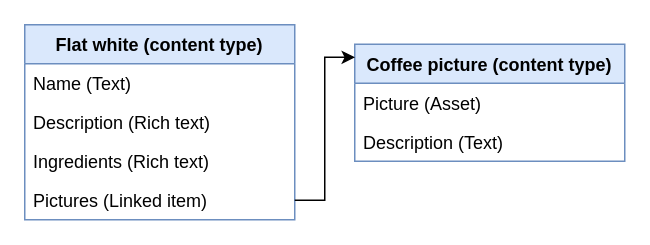
This is content_modeling/coffee_example/coffee_example_01.drawio from Kontent-ai-Learn/kontent-ai-learn-diagrams, a draw.io file, before an edit. Source tidied: cells renumbered, new cells numbered last; positions are measured from the earlier drawing's top-left corner, leaving out a move shared by most shapes. Both pictures are drawn from the tidied source at 150%, with x=0, y=0 at pixel (24, 24).
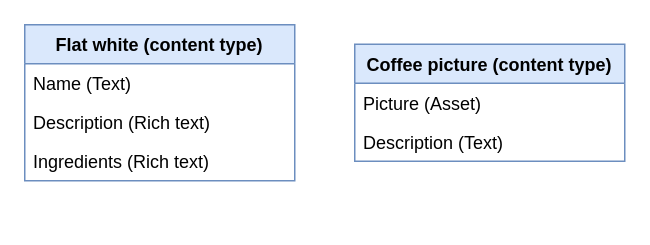
After the change.

Commit message:
Remove linked item from coffee_example_01.drawio

Change to the diagram source:
```diff
@@
 <mxGraphModel>
   <root>
     <mxCell id="0" />
     <mxCell id="1" parent="0" />
     <mxCell id="2" value="Flat white (content type)" style="swimlane;fontStyle=1;horizontal=1;startSize=26;fillColor=#dae8fc;strokeColor=#6c8ebf;" parent="1" vertex="1">
-      <mxGeometry width="180" height="130" as="geometry" />
+      <mxGeometry width="180" height="104" as="geometry" />
     </mxCell>
     <mxCell id="3" value="Name (Text)" style="text;strokeColor=none;fillColor=none;align=left;verticalAlign=top;spacingLeft=4;spacingRight=4;overflow=hidden;" parent="2" vertex="1">
       <mxGeometry y="26" width="180" height="26" as="geometry" />
     </mxCell>
     <mxCell id="4" value="Description (Rich text)" style="text;strokeColor=none;fillColor=none;align=left;verticalAlign=top;spacingLeft=4;spacingRight=4;overflow=hidden;" parent="2" vertex="1">
       <mxGeometry y="52" width="180" height="26" as="geometry" />
     </mxCell>
     <mxCell id="5" value="Ingredients (Rich text)" style="text;strokeColor=none;fillColor=none;align=left;verticalAlign=top;spacingLeft=4;spacingRight=4;overflow=hidden;" parent="2" vertex="1">
       <mxGeometry y="78" width="180" height="26" as="geometry" />
     </mxCell>
-    <mxCell id="6" value="Pictures (Linked item)" style="text;strokeColor=none;fillColor=none;align=left;verticalAlign=top;spacingLeft=4;spacingRight=4;overflow=hidden;points=[[0,0.5],[1,0.5]];portConstraint=eastwest;" parent="2" vertex="1">
-      <mxGeometry y="104" width="180" height="26" as="geometry" />
-    </mxCell>
     <mxCell id="7" value="Coffee picture (content type)" style="swimlane;fontStyle=1;horizontal=1;startSize=26;fillColor=#dae8fc;strokeColor=#6c8ebf;" parent="1" vertex="1">
       <mxGeometry x="220" y="13" width="180" height="78" as="geometry" />
     </mxCell>
     <mxCell id="8" value="Picture (Asset)" style="text;strokeColor=none;fillColor=none;align=left;verticalAlign=top;spacingLeft=4;spacingRight=4;overflow=hidden;" parent="7" vertex="1">
       <mxGeometry y="26" width="180" height="26" as="geometry" />
     </mxCell>
     <mxCell id="9" value="Description (Text)" style="text;strokeColor=none;fillColor=none;align=left;verticalAlign=top;spacingLeft=4;spacingRight=4;overflow=hidden;" parent="7" vertex="1">
       <mxGeometry y="52" width="180" height="26" as="geometry" />
     </mxCell>
-    <mxCell id="10" style="edgeStyle=orthogonalEdgeStyle;rounded=0;jettySize=auto;html=1;entryX=0.001;entryY=0.112;entryDx=0;entryDy=0;entryPerimeter=0;" parent="1" edge="1" source="6" target="7">
-      <mxGeometry relative="1" as="geometry" />
-    </mxCell>
   </root>
 </mxGraphModel>
```
